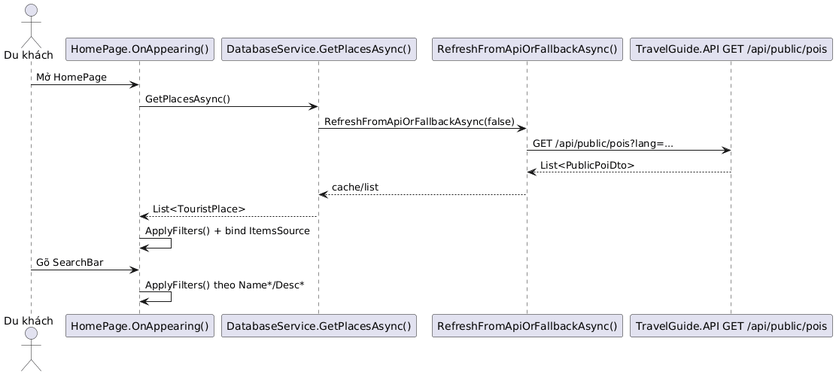
Before: Diagrams/SE DuKhach TimKiem.png, a diagram exported from PlantUML (hoangtri22/TravelGuide).
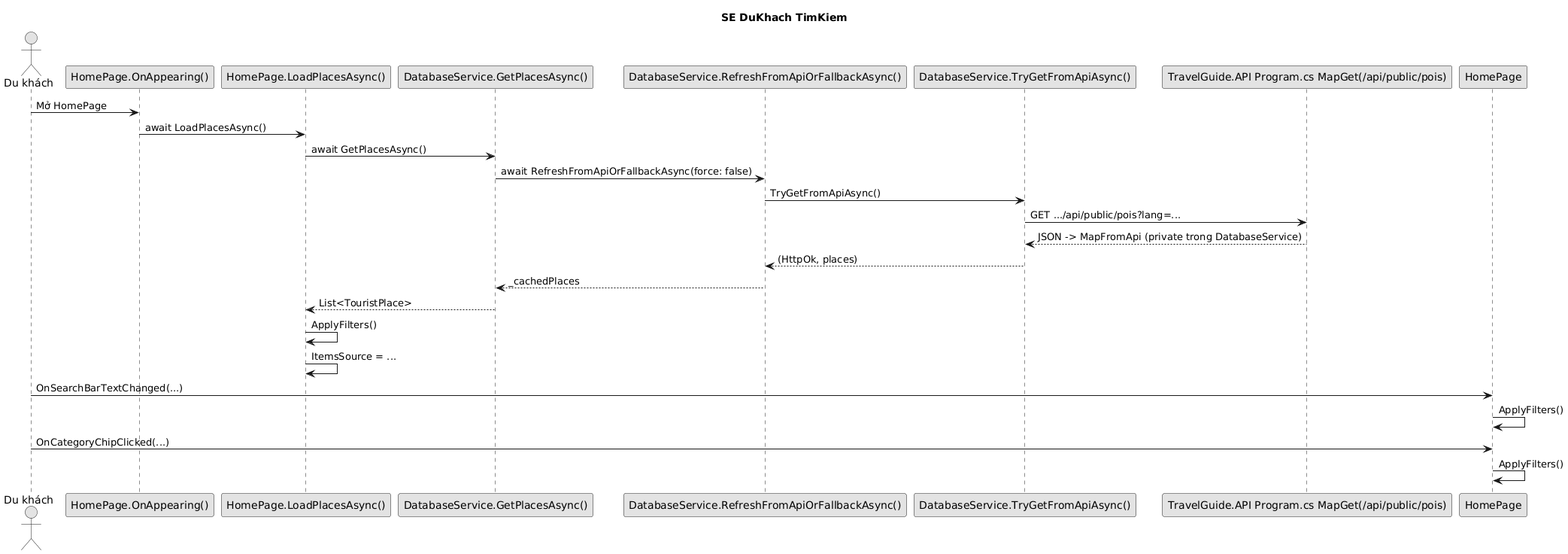
Later version of the same file.

The edit, as a diff of the source:
```diff
@@ -1,17 +1,29 @@
 @startuml
+title SE DuKhach TimKiem
+skinparam shadowing false
+skinparam monochrome true
 actor "Du khách" as U
-participant "HomePage.OnAppearing()" as HOME
+participant "HomePage.OnAppearing()" as ONAPP
+participant "HomePage.LoadPlacesAsync()" as LOAD
 participant "DatabaseService.GetPlacesAsync()" as DB
-participant "RefreshFromApiOrFallbackAsync()" as REF
-participant "TravelGuide.API GET /api/public/pois" as API
-U -> HOME : Mở HomePage
-HOME -> DB : GetPlacesAsync()
-DB -> REF : RefreshFromApiOrFallbackAsync(false)
-REF -> API : GET /api/public/pois?lang=...
-API --> REF : List<PublicPoiDto>
-REF --> DB : cache/list
-DB --> HOME : List<TouristPlace>
-HOME -> HOME : ApplyFilters() + bind ItemsSource
-U -> HOME : Gõ SearchBar
-HOME -> HOME : ApplyFilters() theo Name*/Desc*
+participant "DatabaseService.RefreshFromApiOrFallbackAsync()" as REF
+participant "DatabaseService.TryGetFromApiAsync()" as TRY
+participant "TravelGuide.API Program.cs MapGet(/api/public/pois)" as HTTP
+U -> ONAPP : Mở HomePage
+ONAPP -> LOAD : await LoadPlacesAsync()
+LOAD -> DB : await GetPlacesAsync()
+DB -> REF : await RefreshFromApiOrFallbackAsync(force: false)
+REF -> TRY : TryGetFromApiAsync()
+TRY -> HTTP : GET .../api/public/pois?lang=...
+HTTP --> TRY : JSON -> MapFromApi (private trong DatabaseService)
+TRY --> REF : (HttpOk, places)
+REF --> DB : _cachedPlaces
+DB --> LOAD : List<TouristPlace>
+LOAD -> LOAD : ApplyFilters()
+LOAD -> LOAD : ItemsSource = ...
+participant "HomePage" as HOME
+U -> HOME : OnSearchBarTextChanged(...)
+HOME -> HOME : ApplyFilters()
+U -> HOME : OnCategoryChipClicked(...)
+HOME -> HOME : ApplyFilters()
 @enduml
```
